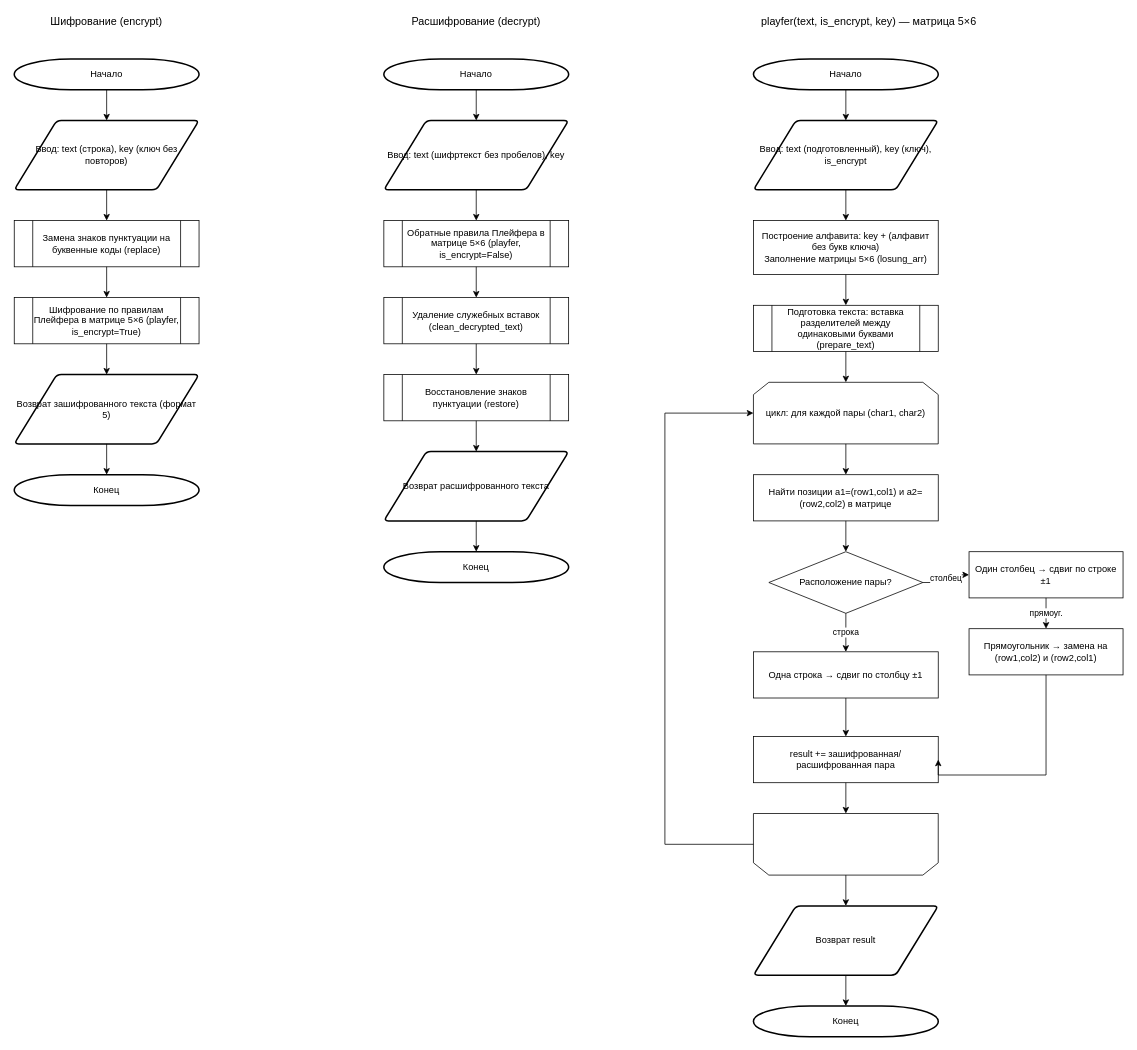
Above: playfair_diagram.drawio in Laincetta/mospolytech-cryptography (draw.io), before the change. Source tidied: cells renumbered, new cells numbered last; positions are measured from the earlier drawing's top-left corner, leaving out a move shared by most shapes. Both pictures are drawn from the tidied source at 77%, with x=0, y=0 at pixel (14, 13).
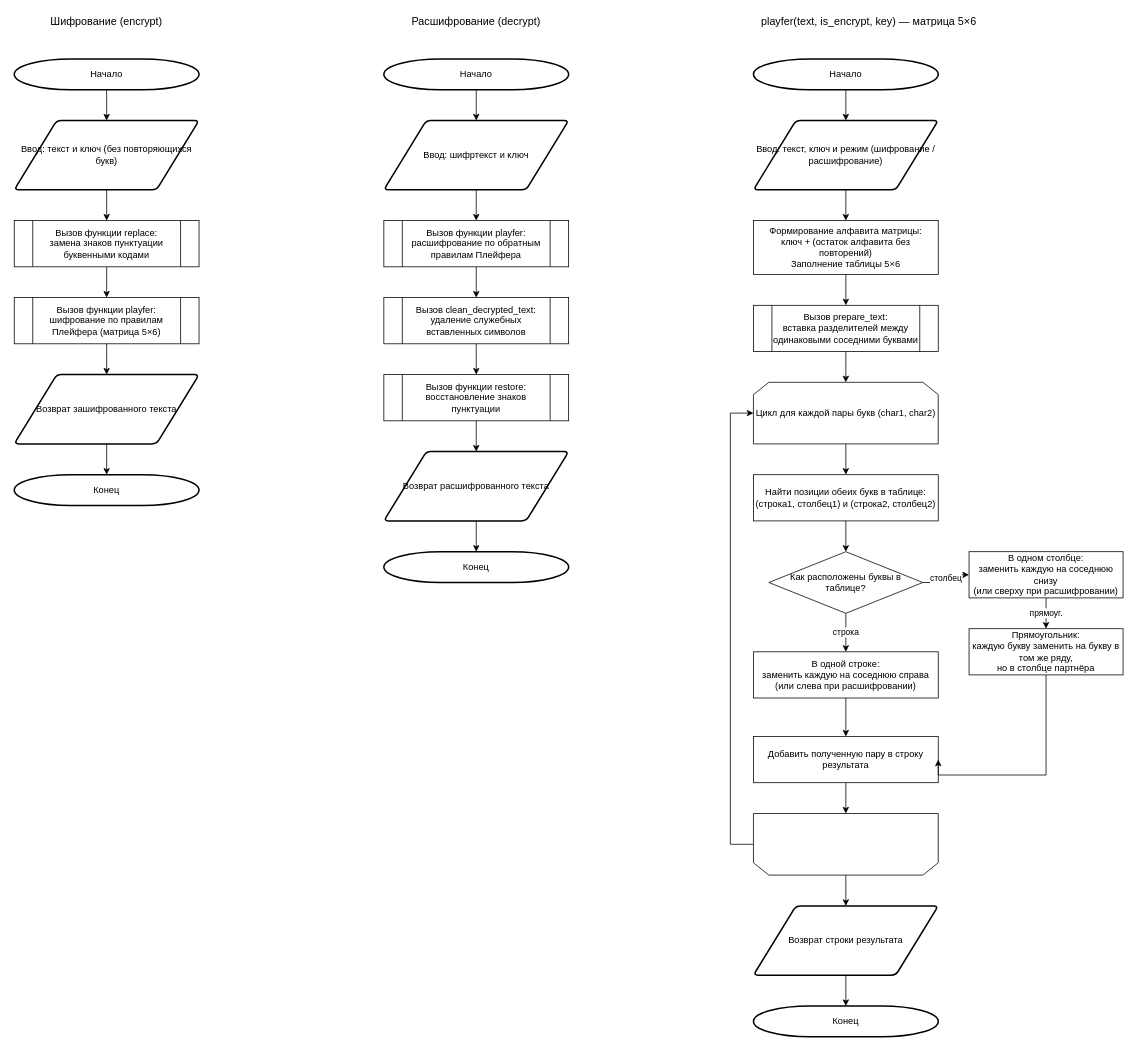
The same diagram, later.

The change refers to these unchanged cells:
```xml
<mxCell id="41" style="text;html=1;whiteSpace=wrap;strokeColor=none;fillColor=none;opacity=0;" parent="1" vertex="1">
  <mxGeometry x="960" y="1039" width="240" height="80" as="geometry" />
</mxCell>
```

Change to the diagram source:
```diff
@@
-    <mxCell id="4" value="Ввод: text (строка), key (ключ без повторов)" style="shape=parallelogram;html=1;strokeWidth=2;perimeter=parallelogramPerimeter;whiteSpace=wrap;rounded=1;arcSize=12;size=0.23;" parent="1" vertex="1">
+    <mxCell id="4" value="Ввод: текст и ключ (без повторяющихся букв)" style="shape=parallelogram;html=1;strokeWidth=2;perimeter=parallelogramPerimeter;whiteSpace=wrap;rounded=1;arcSize=12;size=0.23;" parent="1" vertex="1">
       <mxGeometry y="139" width="240" height="90" as="geometry" />
     </mxCell>
-    <mxCell id="5" value="Замена знаков пунктуации на буквенные коды (replace)" style="shape=process;whiteSpace=wrap;html=1;backgroundOutline=1;" parent="1" vertex="1">
+    <mxCell id="5" value="Вызов функции replace:&#10;замена знаков пунктуации буквенными кодами" style="shape=process;whiteSpace=wrap;html=1;backgroundOutline=1;" parent="1" vertex="1">
       <mxGeometry y="269" width="240" height="60" as="geometry" />
     </mxCell>
-    <mxCell id="6" value="Шифрование по правилам Плейфера в матрице 5×6 (playfer, is_encrypt=True)" style="shape=process;whiteSpace=wrap;html=1;backgroundOutline=1;" parent="1" vertex="1">
+    <mxCell id="6" value="Вызов функции playfer:&#10;шифрование по правилам Плейфера (матрица 5×6)" style="shape=process;whiteSpace=wrap;html=1;backgroundOutline=1;" parent="1" vertex="1">
       <mxGeometry y="369" width="240" height="60" as="geometry" />
     </mxCell>
-    <mxCell id="7" value="Возврат зашифрованного текста (формат 5)" style="shape=parallelogram;html=1;strokeWidth=2;perimeter=parallelogramPerimeter;whiteSpace=wrap;rounded=1;arcSize=12;size=0.23;" parent="1" vertex="1">
+    <mxCell id="7" value="Возврат зашифрованного текста" style="shape=parallelogram;html=1;strokeWidth=2;perimeter=parallelogramPerimeter;whiteSpace=wrap;rounded=1;arcSize=12;size=0.23;" parent="1" vertex="1">
       <mxGeometry y="469" width="240" height="90" as="geometry" />
     </mxCell>
@@
-    <mxCell id="16" value="Ввод: text (шифртекст без пробелов), key" style="shape=parallelogram;html=1;strokeWidth=2;perimeter=parallelogramPerimeter;whiteSpace=wrap;rounded=1;arcSize=12;size=0.23;" parent="1" vertex="1">
+    <mxCell id="16" value="Ввод: шифртекст и ключ" style="shape=parallelogram;html=1;strokeWidth=2;perimeter=parallelogramPerimeter;whiteSpace=wrap;rounded=1;arcSize=12;size=0.23;" parent="1" vertex="1">
       <mxGeometry x="480" y="139" width="240" height="90" as="geometry" />
     </mxCell>
-    <mxCell id="17" value="Обратные правила Плейфера в матрице 5×6 (playfer, is_encrypt=False)" style="shape=process;whiteSpace=wrap;html=1;backgroundOutline=1;" parent="1" vertex="1">
+    <mxCell id="17" value="Вызов функции playfer:&#10;расшифрование по обратным правилам Плейфера" style="shape=process;whiteSpace=wrap;html=1;backgroundOutline=1;" parent="1" vertex="1">
       <mxGeometry x="480" y="269" width="240" height="60" as="geometry" />
     </mxCell>
-    <mxCell id="18" value="Удаление служебных вставок (clean_decrypted_text)" style="shape=process;whiteSpace=wrap;html=1;backgroundOutline=1;" parent="1" vertex="1">
+    <mxCell id="18" value="Вызов clean_decrypted_text:&#10;удаление служебных вставленных символов" style="shape=process;whiteSpace=wrap;html=1;backgroundOutline=1;" parent="1" vertex="1">
       <mxGeometry x="480" y="369" width="240" height="60" as="geometry" />
     </mxCell>
-    <mxCell id="19" value="Восстановление знаков пунктуации (restore)" style="shape=process;whiteSpace=wrap;html=1;backgroundOutline=1;" parent="1" vertex="1">
+    <mxCell id="19" value="Вызов функции restore:&#10;восстановление знаков пунктуации" style="shape=process;whiteSpace=wrap;html=1;backgroundOutline=1;" parent="1" vertex="1">
       <mxGeometry x="480" y="469" width="240" height="60" as="geometry" />
     </mxCell>
@@
-    <mxCell id="30" value="Ввод: text (подготовленный), key (ключ), is_encrypt" style="shape=parallelogram;html=1;strokeWidth=2;perimeter=parallelogramPerimeter;whiteSpace=wrap;rounded=1;arcSize=12;size=0.23;" parent="1" vertex="1">
+    <mxCell id="30" value="Ввод: текст, ключ и режим (шифрование / расшифрование)" style="shape=parallelogram;html=1;strokeWidth=2;perimeter=parallelogramPerimeter;whiteSpace=wrap;rounded=1;arcSize=12;size=0.23;" parent="1" vertex="1">
       <mxGeometry x="960" y="139" width="240" height="90" as="geometry" />
     </mxCell>
-    <mxCell id="31" value="Построение алфавита: key + (алфавит без букв ключа)&#10;Заполнение матрицы 5×6 (losung_arr)" style="rounded=0;whiteSpace=wrap;html=1;" parent="1" vertex="1">
+    <mxCell id="31" value="Формирование алфавита матрицы:&#10;ключ + (остаток алфавита без повторений)&#10;Заполнение таблицы 5×6" style="rounded=0;whiteSpace=wrap;html=1;" parent="1" vertex="1">
       <mxGeometry x="960" y="269" width="240" height="70" as="geometry" />
     </mxCell>
-    <mxCell id="32" value="Подготовка текста: вставка разделителей между одинаковыми буквами (prepare_text)" style="shape=process;whiteSpace=wrap;html=1;backgroundOutline=1;" parent="1" vertex="1">
+    <mxCell id="32" value="Вызов prepare_text:&#10;вставка разделителей между одинаковыми соседними буквами" style="shape=process;whiteSpace=wrap;html=1;backgroundOutline=1;" parent="1" vertex="1">
       <mxGeometry x="960" y="379" width="240" height="60" as="geometry" />
     </mxCell>
-    <mxCell id="33" value="цикл: для каждой пары (char1, char2)" style="shape=loopLimit;whiteSpace=wrap;html=1;" parent="1" vertex="1">
+    <mxCell id="33" value="Цикл для каждой пары букв (char1, char2)" style="shape=loopLimit;whiteSpace=wrap;html=1;" parent="1" vertex="1">
       <mxGeometry x="960" y="479" width="240" height="80" as="geometry" />
     </mxCell>
-    <mxCell id="34" value="Найти позиции a1=(row1,col1) и a2=(row2,col2) в матрице" style="rounded=0;whiteSpace=wrap;html=1;" parent="1" vertex="1">
+    <mxCell id="34" value="Найти позиции обеих букв в таблице:&#10;(строка1, столбец1) и (строка2, столбец2)" style="rounded=0;whiteSpace=wrap;html=1;" parent="1" vertex="1">
       <mxGeometry x="960" y="599" width="240" height="60" as="geometry" />
     </mxCell>
-    <mxCell id="35" value="Расположение пары?" style="rhombus;whiteSpace=wrap;html=1;" parent="1" vertex="1">
+    <mxCell id="35" value="Как расположены буквы в таблице?" style="rhombus;whiteSpace=wrap;html=1;" parent="1" vertex="1">
       <mxGeometry x="980" y="699" width="200" height="80" as="geometry" />
     </mxCell>
-    <mxCell id="36" value="Одна строка → сдвиг по столбцу ±1" style="rounded=0;whiteSpace=wrap;html=1;" parent="1" vertex="1">
+    <mxCell id="36" value="В одной строке:&#10;заменить каждую на соседнюю справа&#10;(или слева при расшифровании)" style="rounded=0;whiteSpace=wrap;html=1;" parent="1" vertex="1">
       <mxGeometry x="960" y="829" width="240" height="60" as="geometry" />
     </mxCell>
-    <mxCell id="37" value="Один столбец → сдвиг по строке ±1" style="rounded=0;whiteSpace=wrap;html=1;" parent="1" vertex="1">
+    <mxCell id="37" value="В одном столбце:&#10;заменить каждую на соседнюю снизу&#10;(или сверху при расшифровании)" style="rounded=0;whiteSpace=wrap;html=1;" parent="1" vertex="1">
       <mxGeometry x="1240" y="699" width="200" height="60" as="geometry" />
     </mxCell>
-    <mxCell id="38" value="Прямоугольник → замена на (row1,col2) и (row2,col1)" style="rounded=0;whiteSpace=wrap;html=1;" parent="1" vertex="1">
+    <mxCell id="38" value="Прямоугольник:&#10;каждую букву заменить на букву в том же ряду,&#10;но в столбце партнёра" style="rounded=0;whiteSpace=wrap;html=1;" parent="1" vertex="1">
       <mxGeometry x="1240" y="799" width="200" height="60" as="geometry" />
     </mxCell>
-    <mxCell id="39" value="result += зашифрованная/расшифрованная пара" style="rounded=0;whiteSpace=wrap;html=1;" parent="1" vertex="1">
+    <mxCell id="39" value="Добавить полученную пару в строку результата" style="rounded=0;whiteSpace=wrap;html=1;" parent="1" vertex="1">
       <mxGeometry x="960" y="939" width="240" height="60" as="geometry" />
     </mxCell>
@@
-    <mxCell id="42" value="Возврат result" style="shape=parallelogram;html=1;strokeWidth=2;perimeter=parallelogramPerimeter;whiteSpace=wrap;rounded=1;arcSize=12;size=0.23;" parent="1" vertex="1">
+    <mxCell id="42" value="Возврат строки результата" style="shape=parallelogram;html=1;strokeWidth=2;perimeter=parallelogramPerimeter;whiteSpace=wrap;rounded=1;arcSize=12;size=0.23;" parent="1" vertex="1">
       <mxGeometry x="960" y="1159" width="240" height="90" as="geometry" />
     </mxCell>
@@
     <mxCell id="56" style="edgeStyle=orthogonalEdgeStyle;rounded=0;jettySize=auto;html=1;exitX=0;exitY=0.5;exitDx=0;exitDy=0;entryX=0;entryY=0.5;entryDx=0;entryDy=0;" parent="1" edge="1" source="41" target="33">
       <mxGeometry relative="1" as="geometry">
         <Array as="points">
-          <mxPoint x="845" y="1079" />
-          <mxPoint x="845" y="519" />
+          <mxPoint x="930" y="1079" />
+          <mxPoint x="930" y="519" />
         </Array>
       </mxGeometry>
     </mxCell>
```
